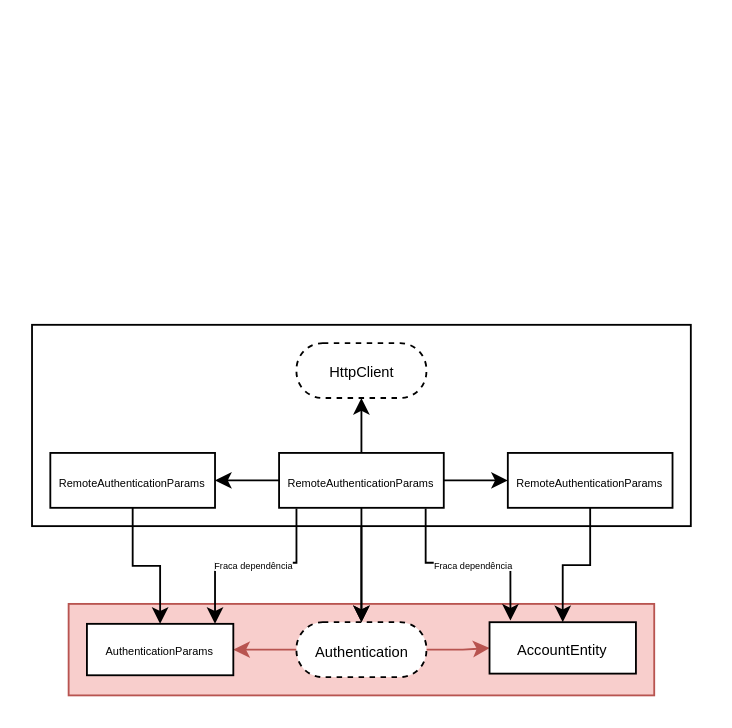
Earlier version of the draw.io diagram Diagrama sem nome.drawio (GamingTechEdu/arquitetura). Source tidied: cells renumbered, new cells numbered last; positions are measured from the earlier drawing's top-left corner, leaving out a move shared by most shapes. Both pictures are drawn from the tidied source at 183%, with x=0, y=0 at pixel (31, 324).
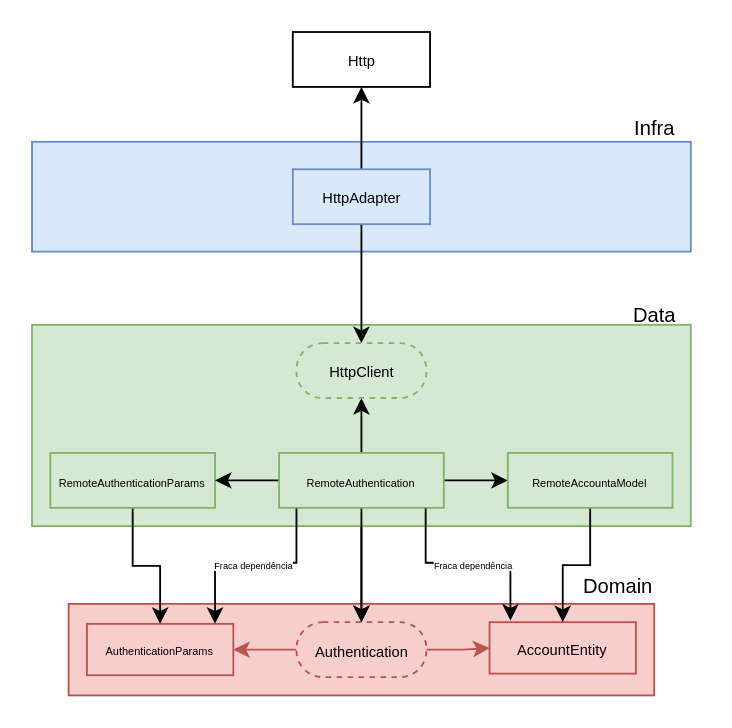
The same diagram, later.

Diff of the diagram source:
```diff
@@
-    <mxCell id="5" value="&lt;font style=&quot;font-size: 8px;&quot;&gt;Authentication&lt;/font&gt;" style="rounded=1;whiteSpace=wrap;html=1;arcSize=48;glass=0;shadow=0;dashed=1;" parent="1" vertex="1">
+    <mxCell id="5" value="&lt;font style=&quot;font-size: 8px;&quot;&gt;Authentication&lt;/font&gt;" style="rounded=1;whiteSpace=wrap;html=1;arcSize=48;glass=0;shadow=0;dashed=1;fillColor=#f8cecc;strokeColor=#b85450;" parent="1" vertex="1">
       <mxGeometry x="144.5" y="162.5" width="71" height="30" as="geometry" />
     </mxCell>
-    <mxCell id="6" value="&lt;font style=&quot;font-size: 6px;&quot;&gt;AuthenticationParams&lt;/font&gt;" style="rounded=0;whiteSpace=wrap;html=1;" parent="1" vertex="1">
+    <mxCell id="6" value="&lt;font style=&quot;font-size: 6px;&quot;&gt;AuthenticationParams&lt;/font&gt;" style="rounded=0;whiteSpace=wrap;html=1;fillColor=#f8cecc;strokeColor=#b85450;" parent="1" vertex="1">
       <mxGeometry x="30" y="163.4" width="80" height="28.1" as="geometry" />
     </mxCell>
-    <mxCell id="7" value="&lt;font style=&quot;font-size: 8px;&quot;&gt;AccountEntity&lt;/font&gt;" style="rounded=0;whiteSpace=wrap;html=1;" parent="1" vertex="1">
+    <mxCell id="7" value="&lt;font style=&quot;font-size: 8px;&quot;&gt;AccountEntity&lt;/font&gt;" style="rounded=0;whiteSpace=wrap;html=1;fillColor=#f8cecc;strokeColor=#b85450;" parent="1" vertex="1">
       <mxGeometry x="250" y="162.5" width="80" height="28.1" as="geometry" />
     </mxCell>
@@
-    <mxCell id="9" style="rounded=0;whiteSpace=wrap;html=1;" parent="1" vertex="1">
+    <mxCell id="9" style="rounded=0;whiteSpace=wrap;html=1;fillColor=#d5e8d4;strokeColor=#82b366;" parent="1" vertex="1">
       <mxGeometry width="360" height="110" as="geometry" />
     </mxCell>
@@
-    <mxCell id="11" value="&lt;font style=&quot;font-size: 6px;&quot;&gt;RemoteAuthenticationParams&lt;/font&gt;" style="rounded=0;whiteSpace=wrap;html=1;" parent="1" vertex="1">
+    <mxCell id="11" value="&lt;font style=&quot;font-size: 6px;&quot;&gt;RemoteAuthenticationParams&lt;/font&gt;" style="rounded=0;whiteSpace=wrap;html=1;fillColor=#d5e8d4;strokeColor=#82b366;" parent="1" vertex="1">
       <mxGeometry x="10" y="70" width="90" height="30" as="geometry" />
     </mxCell>
@@
-    <mxCell id="16" value="&lt;font style=&quot;font-size: 6px;&quot;&gt;RemoteAuthenticationParams&lt;/font&gt;" style="rounded=0;whiteSpace=wrap;html=1;" parent="1" vertex="1">
+    <mxCell id="16" value="&lt;font style=&quot;font-size: 6px;&quot;&gt;RemoteAuthentication&lt;/font&gt;" style="rounded=0;whiteSpace=wrap;html=1;fillColor=#d5e8d4;strokeColor=#82b366;" parent="1" vertex="1">
       <mxGeometry x="135" y="70" width="90" height="30" as="geometry" />
     </mxCell>
@@
-    <mxCell id="18" value="&lt;font style=&quot;font-size: 6px;&quot;&gt;RemoteAuthenticationParams&lt;/font&gt;" style="rounded=0;whiteSpace=wrap;html=1;" parent="1" vertex="1">
+    <mxCell id="18" value="&lt;span style=&quot;font-size: 6px;&quot;&gt;RemoteAccountaModel&lt;/span&gt;" style="rounded=0;whiteSpace=wrap;html=1;fillColor=#d5e8d4;strokeColor=#82b366;" parent="1" vertex="1">
       <mxGeometry x="260" y="70" width="90" height="30" as="geometry" />
     </mxCell>
-    <mxCell id="19" value="&lt;font style=&quot;font-size: 8px;&quot;&gt;HttpClient&lt;/font&gt;" style="rounded=1;whiteSpace=wrap;html=1;arcSize=48;glass=0;shadow=0;dashed=1;" parent="1" vertex="1">
+    <mxCell id="19" value="&lt;font style=&quot;font-size: 8px;&quot;&gt;HttpClient&lt;/font&gt;" style="rounded=1;whiteSpace=wrap;html=1;arcSize=48;glass=0;shadow=0;dashed=1;fillColor=#d5e8d4;strokeColor=#82b366;" parent="1" vertex="1">
       <mxGeometry x="144.5" y="10" width="71" height="30" as="geometry" />
     </mxCell>
@@
+    <mxCell id="24" style="rounded=0;whiteSpace=wrap;html=1;fontFamily=Helvetica;fontSize=11;fillColor=#dae8fc;strokeColor=#6c8ebf;" parent="1" vertex="1">
+      <mxGeometry y="-100" width="360" height="60" as="geometry" />
+    </mxCell>
+    <mxCell id="25" style="edgeStyle=orthogonalEdgeStyle;shape=connector;rounded=0;jettySize=auto;html=1;labelBackgroundColor=default;strokeColor=default;align=center;verticalAlign=middle;fontFamily=Helvetica;fontSize=11;fontColor=default;endArrow=classic;" parent="1" edge="1" source="27" target="19">
+      <mxGeometry relative="1" as="geometry" />
+    </mxCell>
+    <mxCell id="26" style="edgeStyle=orthogonalEdgeStyle;shape=connector;rounded=0;jettySize=auto;html=1;labelBackgroundColor=default;strokeColor=default;align=center;verticalAlign=middle;fontFamily=Helvetica;fontSize=11;fontColor=default;endArrow=classic;" parent="1" edge="1" source="27" target="28">
+      <mxGeometry relative="1" as="geometry" />
+    </mxCell>
+    <mxCell id="27" value="&lt;font style=&quot;font-size: 8px;&quot;&gt;HttpAdapter&lt;/font&gt;" style="rounded=0;whiteSpace=wrap;html=1;fillColor=#dae8fc;strokeColor=#6c8ebf;" parent="1" vertex="1">
+      <mxGeometry x="142.5" y="-85" width="75" height="30" as="geometry" />
+    </mxCell>
+    <mxCell id="28" value="&lt;font style=&quot;font-size: 8px;&quot;&gt;Http&lt;/font&gt;" style="rounded=0;whiteSpace=wrap;html=1;" parent="1" vertex="1">
+      <mxGeometry x="142.5" y="-160" width="75" height="30" as="geometry" />
+    </mxCell>
+    <mxCell id="29" value="Infra" style="text;html=1;align=center;verticalAlign=middle;strokeColor=none;fillColor=none;fontSize=11;fontFamily=Helvetica;fontColor=default;" parent="1" vertex="1">
+      <mxGeometry x="315" y="-122" width="50" height="30" as="geometry" />
+    </mxCell>
+    <mxCell id="30" value="Data" style="text;html=1;align=center;verticalAlign=middle;strokeColor=none;fillColor=none;fontSize=11;fontFamily=Helvetica;fontColor=default;" parent="1" vertex="1">
+      <mxGeometry x="315" y="-20" width="50" height="30" as="geometry" />
+    </mxCell>
+    <mxCell id="31" value="Domain&lt;br&gt;" style="text;html=1;align=center;verticalAlign=middle;strokeColor=none;fillColor=none;fontSize=11;fontFamily=Helvetica;fontColor=default;" parent="1" vertex="1">
+      <mxGeometry x="290" y="128" width="60" height="30" as="geometry" />
+    </mxCell>
```
